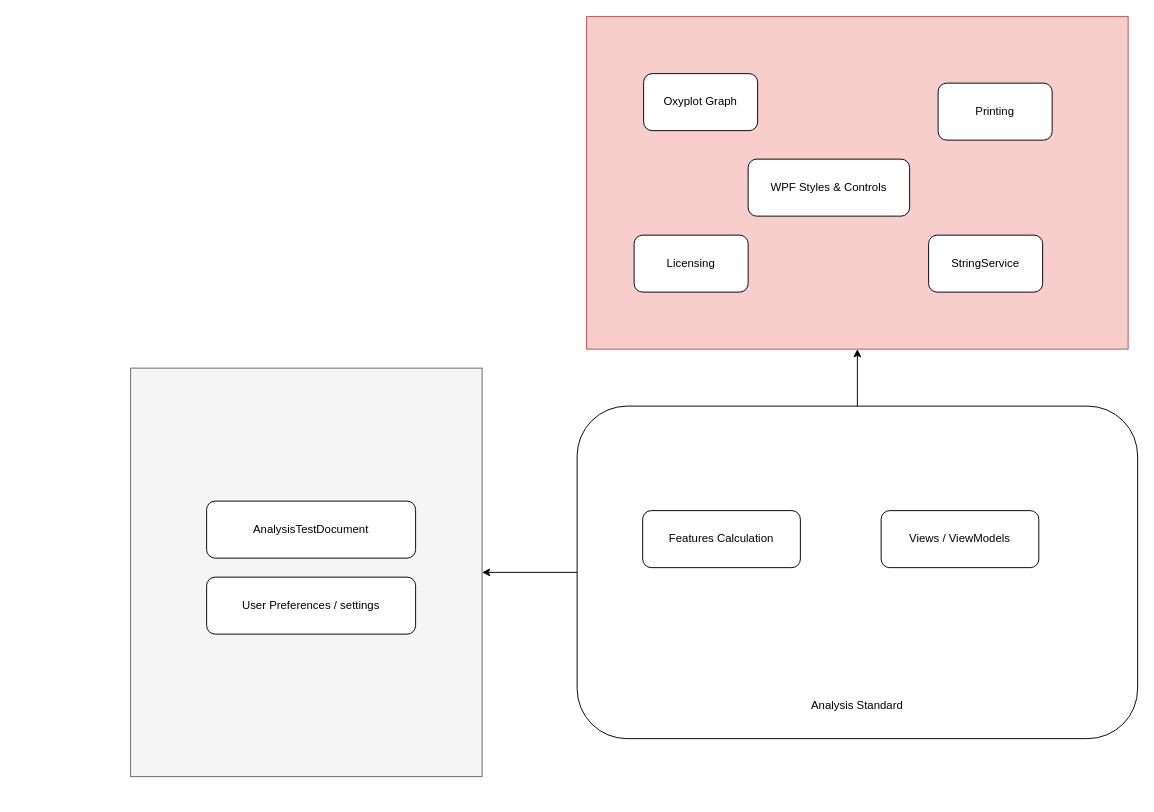
Before: Explore/AnalysisStandardsDependencies Model.drawio in AmolSJawalkar/DrawIO, a draw.io diagram. Source tidied: cells renumbered, new cells numbered last; positions are measured from the earlier drawing's top-left corner, leaving out a move shared by most shapes. Both pictures are drawn from the tidied source at 95%, with x=0, y=0 at pixel (130, 16).
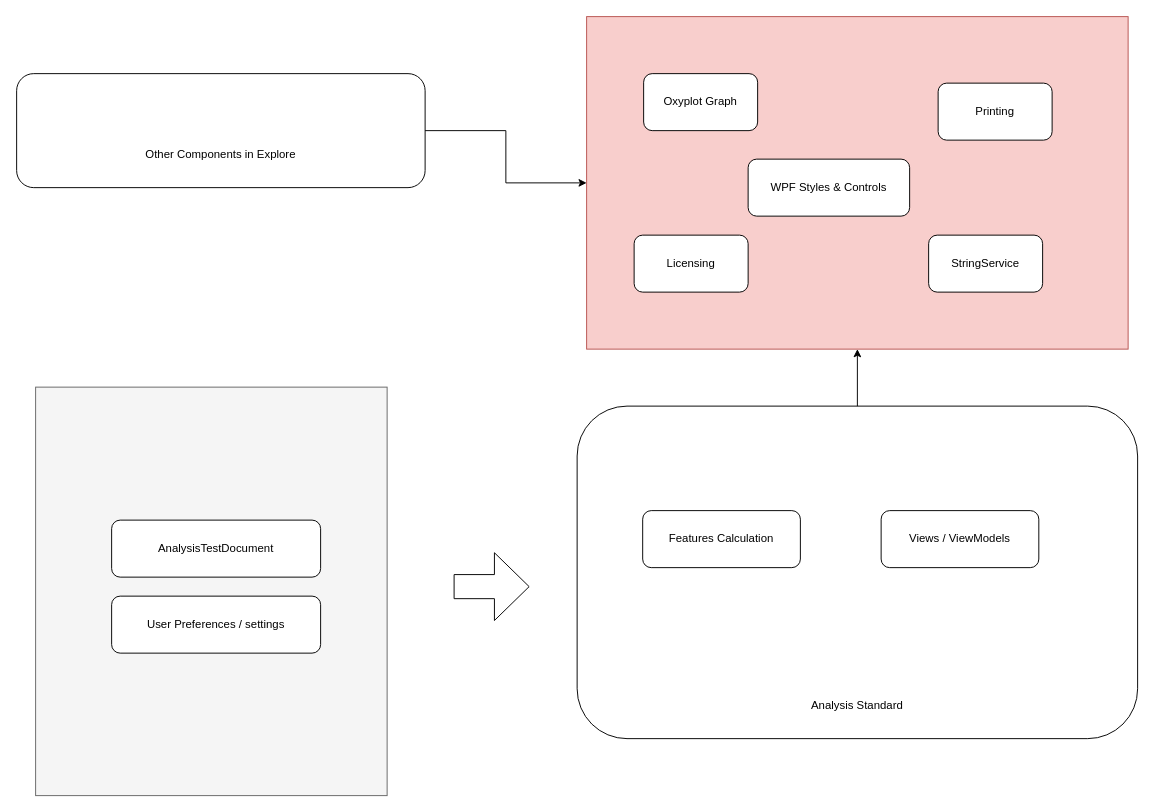
Above is the later version.

The change refers to these unchanged cells:
```xml
<mxCell id="2" style="rounded=0;whiteSpace=wrap;html=1;fillColor=#f8cecc;strokeColor=#b85450;" parent="1" vertex="1">
  <mxGeometry x="480" width="570" height="350" as="geometry" />
</mxCell>
<mxCell id="11" style="rounded=1;whiteSpace=wrap;html=1;" parent="10" vertex="1">
  <mxGeometry width="590" height="350" as="geometry" />
</mxCell>
```

Change to the diagram source:
```diff
@@
     <mxCell id="3" style="rounded=0;whiteSpace=wrap;html=1;fillColor=#f5f5f5;fontColor=#333333;strokeColor=#666666;" parent="1" vertex="1">
-      <mxGeometry y="370" width="370" height="430" as="geometry" />
+      <mxGeometry x="-100" y="390" width="370" height="430" as="geometry" />
     </mxCell>
     <mxCell id="4" value="AnalysisTestDocument" style="rounded=1;whiteSpace=wrap;html=1;" parent="1" vertex="1">
-      <mxGeometry x="80" y="510" width="220" height="60" as="geometry" />
+      <mxGeometry x="-20" y="530" width="220" height="60" as="geometry" />
     </mxCell>
     <mxCell id="5" value="User Preferences / settings" style="rounded=1;whiteSpace=wrap;html=1;" parent="1" vertex="1">
-      <mxGeometry x="80" y="590" width="220" height="60" as="geometry" />
+      <mxGeometry x="-20" y="610" width="220" height="60" as="geometry" />
     </mxCell>
@@
-    <mxCell id="17" style="edgeStyle=orthogonalEdgeStyle;rounded=0;jettySize=auto;html=1;entryX=1;entryY=0.5;entryDx=0;entryDy=0;" parent="1" edge="1" source="11" target="3">
-      <mxGeometry relative="1" as="geometry" />
-    </mxCell>
+    <mxCell id="18" style="shape=flexArrow;endArrow=classic;html=1;rounded=0;endWidth=45;endSize=11.846666666666666;width=25.333333333333332;" parent="1" edge="1">
+      <mxGeometry relative="1" as="geometry">
+        <mxPoint x="340" y="600" as="sourcePoint" />
+        <mxPoint x="420" y="600" as="targetPoint" />
+      </mxGeometry>
+    </mxCell>
+    <mxCell id="19" style="group;" parent="1" vertex="1">
+      <mxGeometry x="-120" y="60" width="430" height="120" as="geometry" />
+    </mxCell>
+    <mxCell id="20" style="rounded=1;whiteSpace=wrap;html=1;" parent="19" vertex="1">
+      <mxGeometry width="430" height="120" as="geometry" />
+    </mxCell>
+    <mxCell id="21" value="Other Components in Explore" style="text;html=1;align=center;verticalAlign=middle;whiteSpace=wrap;rounded=0;" parent="19" vertex="1">
+      <mxGeometry x="105" y="70" width="220" height="30" as="geometry" />
+    </mxCell>
+    <mxCell id="22" style="edgeStyle=orthogonalEdgeStyle;rounded=0;jettySize=auto;html=1;entryX=0;entryY=0.5;entryDx=0;entryDy=0;" parent="1" edge="1" source="20" target="2">
+      <mxGeometry relative="1" as="geometry" />
+    </mxCell>
```
